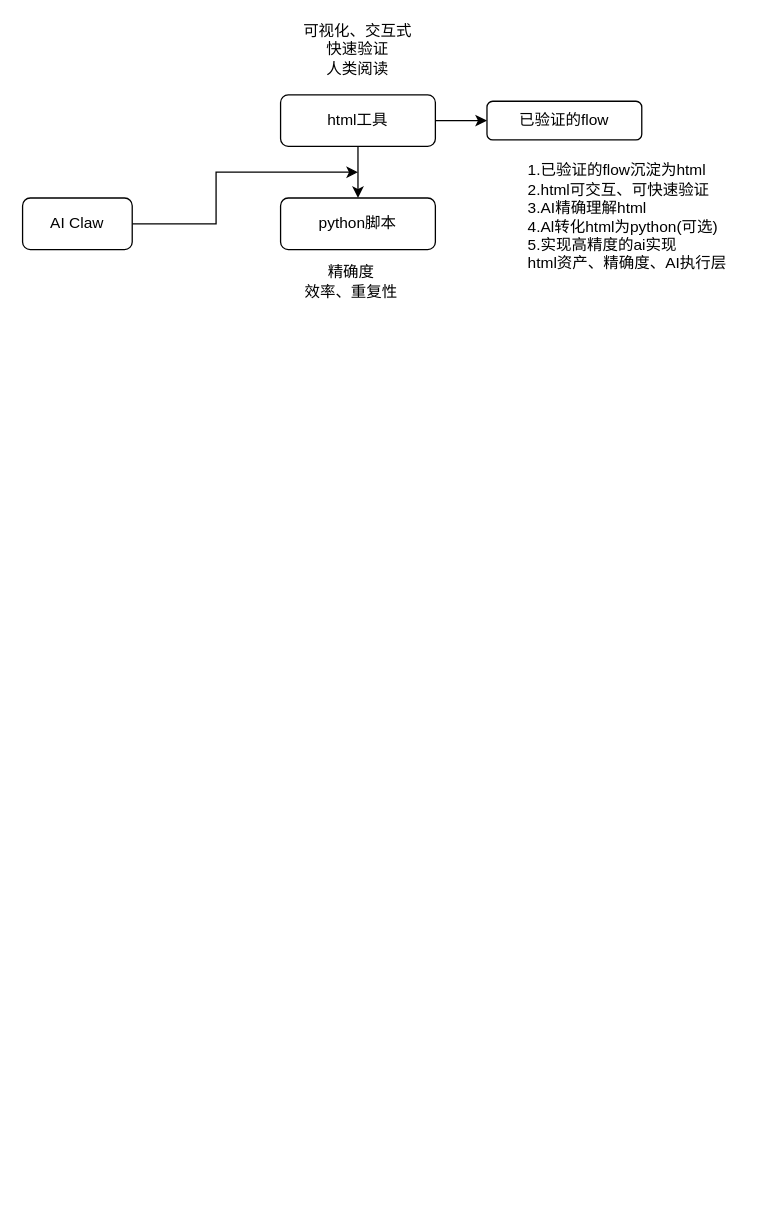
Earlier version of the draw.io diagram page "第 8 页" (8 of 8) of drawio/杂项.drawio (iceyxy/flow-chart-drawio). Source tidied: cells renumbered, new cells numbered last; positions are measured from the earlier drawing's top-left corner, leaving out a move shared by most shapes. Both pictures are drawn from the tidied source at 129%, with x=0, y=0 at pixel (22, 30).
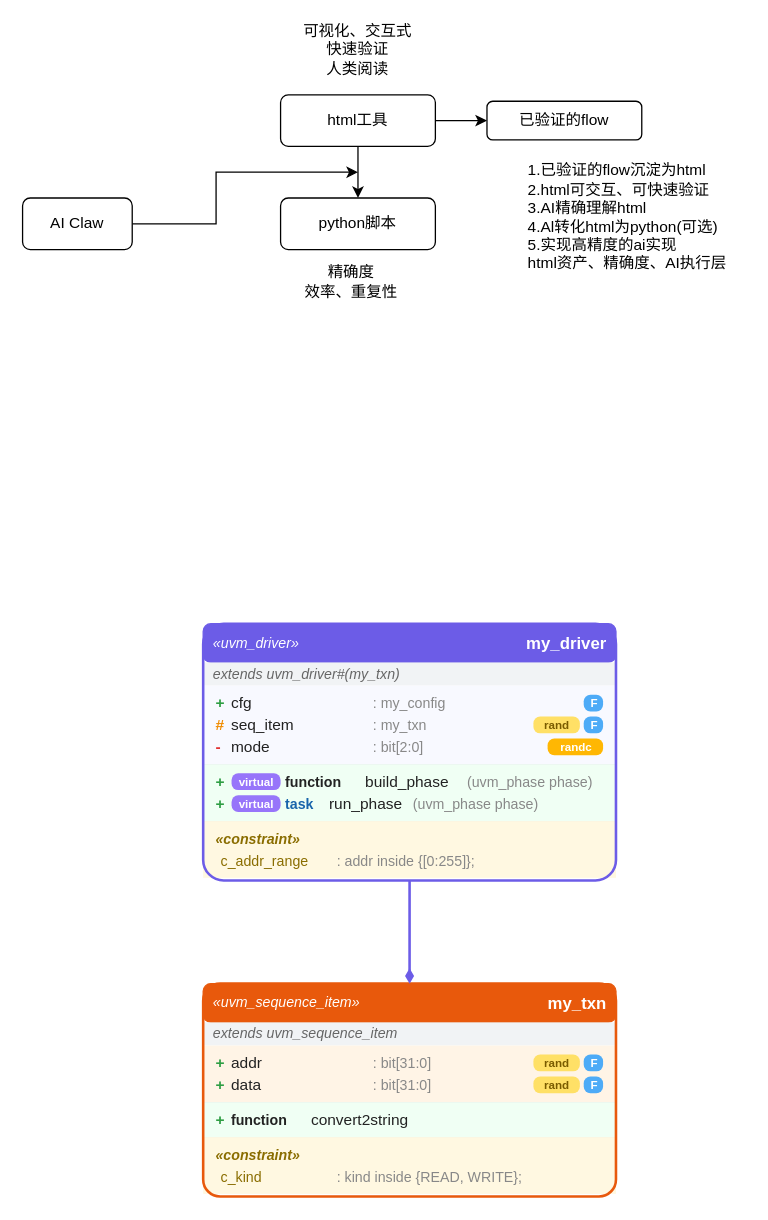
The same diagram, later.

Change to the diagram source:
```diff
@@
+    <mxCell id="12" style="rounded=1;arcSize=20;fillColor=#6c5ce7;strokeColor=#6c5ce7;strokeWidth=1;" parent="1" vertex="1">
+      <mxGeometry x="140" y="460" width="320" height="30" as="geometry" />
+    </mxCell>
+    <mxCell id="13" value="«uvm_driver»" style="text;html=1;strokeColor=none;fillColor=none;align=left;verticalAlign=middle;fontColor=#ffffff;fontStyle=2;fontSize=11;spacing=0;spacingLeft=8;" parent="1" vertex="1">
+      <mxGeometry x="140" y="460" width="192" height="30" as="geometry" />
+    </mxCell>
+    <mxCell id="14" value="my_driver" style="text;html=1;strokeColor=none;fillColor=none;align=right;verticalAlign=middle;fontColor=#ffffff;fontStyle=1;fontSize=13;spacing=0;spacingRight=8;" parent="1" vertex="1">
+      <mxGeometry x="268" y="460" width="192" height="30" as="geometry" />
+    </mxCell>
+    <mxCell id="15" style="shape=rectangle;fillColor=#f1f3f5;strokeColor=none;" parent="1" vertex="1">
+      <mxGeometry x="140" y="490" width="320" height="18" as="geometry" />
+    </mxCell>
+    <mxCell id="16" value="extends uvm_driver#(my_txn)" style="text;html=1;strokeColor=none;fillColor=none;align=left;verticalAlign=middle;fontColor=#666666;fontStyle=2;fontSize=11;spacing=0;spacingLeft=8;" parent="1" vertex="1">
+      <mxGeometry x="140" y="490" width="320" height="18" as="geometry" />
+    </mxCell>
+    <mxCell id="17" style="shape=rectangle;fillColor=#f8f9ff;strokeColor=none;" parent="1" vertex="1">
+      <mxGeometry x="140" y="508" width="320" height="61" as="geometry" />
+    </mxCell>
+    <mxCell id="18" style="shape=line;strokeColor=#dee2e6;strokeWidth=1;" parent="1" vertex="1">
+      <mxGeometry x="140" y="569" width="320" height="1" as="geometry" />
+    </mxCell>
+    <mxCell id="19" value="+" style="text;html=1;strokeColor=none;fillColor=none;align=left;verticalAlign=middle;fontColor=#2f9e44;fontStyle=1;fontSize=12;spacing=0;spacingLeft=10;" parent="1" vertex="1">
+      <mxGeometry x="140" y="513" width="14" height="17" as="geometry" />
+    </mxCell>
+    <mxCell id="20" value="cfg" style="text;html=1;strokeColor=none;fillColor=none;align=left;verticalAlign=middle;fontColor=#222222;fontSize=12;spacing=0;spacingLeft=0;" parent="1" vertex="1">
+      <mxGeometry x="162" y="513" width="110" height="17" as="geometry" />
+    </mxCell>
+    <mxCell id="21" value=": my_config" style="text;html=1;strokeColor=none;fillColor=none;align=left;verticalAlign=middle;fontColor=#888888;fontSize=11;spacing=0;spacingLeft=0;" parent="1" vertex="1">
+      <mxGeometry x="272" y="513" width="100" height="17" as="geometry" />
+    </mxCell>
+    <mxCell id="22" value="F" style="rounded=1;arcSize=40;fillColor=#4dabf7;strokeColor=none;html=1;align=center;verticalAlign=middle;fontColor=#ffffff;fontSize=9;fontStyle=1;spacing=0;spacingLeft=2;spacingRight=2;" parent="1" vertex="1">
+      <mxGeometry x="435" y="515" width="15" height="13" as="geometry" />
+    </mxCell>
+    <mxCell id="23" value="#" style="text;html=1;strokeColor=none;fillColor=none;align=left;verticalAlign=middle;fontColor=#f08c00;fontStyle=1;fontSize=12;spacing=0;spacingLeft=10;" parent="1" vertex="1">
+      <mxGeometry x="140" y="530" width="14" height="17" as="geometry" />
+    </mxCell>
+    <mxCell id="24" value="seq_item" style="text;html=1;strokeColor=none;fillColor=none;align=left;verticalAlign=middle;fontColor=#222222;fontSize=12;spacing=0;spacingLeft=0;" parent="1" vertex="1">
+      <mxGeometry x="162" y="530" width="110" height="17" as="geometry" />
+    </mxCell>
+    <mxCell id="25" value=": my_txn" style="text;html=1;strokeColor=none;fillColor=none;align=left;verticalAlign=middle;fontColor=#888888;fontSize=11;spacing=0;spacingLeft=0;" parent="1" vertex="1">
+      <mxGeometry x="272" y="530" width="100" height="17" as="geometry" />
+    </mxCell>
+    <mxCell id="26" value="F" style="rounded=1;arcSize=40;fillColor=#4dabf7;strokeColor=none;html=1;align=center;verticalAlign=middle;fontColor=#ffffff;fontSize=9;fontStyle=1;spacing=0;spacingLeft=2;spacingRight=2;" parent="1" vertex="1">
+      <mxGeometry x="435" y="532" width="15" height="13" as="geometry" />
+    </mxCell>
+    <mxCell id="27" value="rand" style="rounded=1;arcSize=40;fillColor=#ffe066;strokeColor=none;html=1;align=center;verticalAlign=middle;fontColor=#7a5c00;fontSize=9;fontStyle=1;spacing=0;spacingLeft=2;spacingRight=2;" parent="1" vertex="1">
+      <mxGeometry x="396" y="532" width="36" height="13" as="geometry" />
+    </mxCell>
+    <mxCell id="28" value="-" style="text;html=1;strokeColor=none;fillColor=none;align=left;verticalAlign=middle;fontColor=#e03131;fontStyle=1;fontSize=12;spacing=0;spacingLeft=10;" parent="1" vertex="1">
+      <mxGeometry x="140" y="547" width="14" height="17" as="geometry" />
+    </mxCell>
+    <mxCell id="29" value="mode" style="text;html=1;strokeColor=none;fillColor=none;align=left;verticalAlign=middle;fontColor=#222222;fontSize=12;spacing=0;spacingLeft=0;" parent="1" vertex="1">
+      <mxGeometry x="162" y="547" width="110" height="17" as="geometry" />
+    </mxCell>
+    <mxCell id="30" value=": bit[2:0]" style="text;html=1;strokeColor=none;fillColor=none;align=left;verticalAlign=middle;fontColor=#888888;fontSize=11;spacing=0;spacingLeft=0;" parent="1" vertex="1">
+      <mxGeometry x="272" y="547" width="100" height="17" as="geometry" />
+    </mxCell>
+    <mxCell id="31" value="randc" style="rounded=1;arcSize=40;fillColor=#ffb703;strokeColor=none;html=1;align=center;verticalAlign=middle;fontColor=#ffffff;fontSize=9;fontStyle=1;spacing=0;spacingLeft=2;spacingRight=2;" parent="1" vertex="1">
+      <mxGeometry x="407" y="549" width="43" height="13" as="geometry" />
+    </mxCell>
+    <mxCell id="32" style="shape=rectangle;fillColor=#f0fff4;strokeColor=none;" parent="1" vertex="1">
+      <mxGeometry x="140" y="569" width="320" height="44" as="geometry" />
+    </mxCell>
+    <mxCell id="33" style="shape=line;strokeColor=#dee2e6;strokeWidth=1;" parent="1" vertex="1">
+      <mxGeometry x="140" y="613" width="320" height="1" as="geometry" />
+    </mxCell>
+    <mxCell id="34" value="+" style="text;html=1;strokeColor=none;fillColor=none;align=left;verticalAlign=middle;fontColor=#2f9e44;fontStyle=1;fontSize=12;spacing=0;spacingLeft=10;" parent="1" vertex="1">
+      <mxGeometry x="140" y="574" width="14" height="17" as="geometry" />
+    </mxCell>
+    <mxCell id="35" value="virtual" style="rounded=1;arcSize=40;fillColor=#9775fa;strokeColor=none;html=1;align=center;verticalAlign=middle;fontColor=#ffffff;fontSize=9;fontStyle=1;spacing=0;" parent="1" vertex="1">
+      <mxGeometry x="162" y="576" width="38" height="13" as="geometry" />
+    </mxCell>
+    <mxCell id="36" value="function" style="text;html=1;strokeColor=none;fillColor=none;align=left;verticalAlign=middle;fontColor=#222222;fontStyle=1;fontSize=11;spacing=0;" parent="1" vertex="1">
+      <mxGeometry x="204" y="574" width="60" height="17" as="geometry" />
+    </mxCell>
+    <mxCell id="37" value="build_phase" style="text;html=1;strokeColor=none;fillColor=none;align=left;verticalAlign=middle;fontColor=#222222;fontSize=12;spacing=0;" parent="1" vertex="1">
+      <mxGeometry x="266" y="574" width="120" height="17" as="geometry" />
+    </mxCell>
+    <mxCell id="38" value="(uvm_phase phase)" style="text;html=1;strokeColor=none;fillColor=none;align=left;verticalAlign=middle;fontColor=#888888;fontSize=11;spacing=0;" parent="1" vertex="1">
+      <mxGeometry x="345" y="574" width="107" height="17" as="geometry" />
+    </mxCell>
+    <mxCell id="39" value="+" style="text;html=1;strokeColor=none;fillColor=none;align=left;verticalAlign=middle;fontColor=#2f9e44;fontStyle=1;fontSize=12;spacing=0;spacingLeft=10;" parent="1" vertex="1">
+      <mxGeometry x="140" y="591" width="14" height="17" as="geometry" />
+    </mxCell>
+    <mxCell id="40" value="virtual" style="rounded=1;arcSize=40;fillColor=#9775fa;strokeColor=none;html=1;align=center;verticalAlign=middle;fontColor=#ffffff;fontSize=9;fontStyle=1;spacing=0;" parent="1" vertex="1">
+      <mxGeometry x="162" y="593" width="38" height="13" as="geometry" />
+    </mxCell>
+    <mxCell id="41" value="task" style="text;html=1;strokeColor=none;fillColor=none;align=left;verticalAlign=middle;fontColor=#1864ab;fontStyle=1;fontSize=11;spacing=0;" parent="1" vertex="1">
+      <mxGeometry x="204" y="591" width="32" height="17" as="geometry" />
+    </mxCell>
+    <mxCell id="42" value="run_phase" style="text;html=1;strokeColor=none;fillColor=none;align=left;verticalAlign=middle;fontColor=#222222;fontSize=12;spacing=0;" parent="1" vertex="1">
+      <mxGeometry x="238" y="591" width="120" height="17" as="geometry" />
+    </mxCell>
+    <mxCell id="43" value="(uvm_phase phase)" style="text;html=1;strokeColor=none;fillColor=none;align=left;verticalAlign=middle;fontColor=#888888;fontSize=11;spacing=0;" parent="1" vertex="1">
+      <mxGeometry x="303" y="591" width="149" height="17" as="geometry" />
+    </mxCell>
+    <mxCell id="44" style="shape=rectangle;fillColor=#fff8e1;strokeColor=none;" parent="1" vertex="1">
+      <mxGeometry x="140" y="613" width="320" height="44" as="geometry" />
+    </mxCell>
+    <mxCell id="45" value="«constraint»" style="text;html=1;strokeColor=none;fillColor=none;align=left;verticalAlign=middle;fontColor=#8a6d00;fontStyle=3;fontSize=11;spacing=0;spacingLeft=10;" parent="1" vertex="1">
+      <mxGeometry x="140" y="618" width="320" height="17" as="geometry" />
+    </mxCell>
+    <mxCell id="46" value="c_addr_range" style="text;html=1;strokeColor=none;fillColor=none;align=left;verticalAlign=middle;fontColor=#8a6d00;fontSize=11;spacing=0;spacingLeft=14;" parent="1" vertex="1">
+      <mxGeometry x="140" y="635" width="90" height="17" as="geometry" />
+    </mxCell>
+    <mxCell id="47" value=": addr inside {[0:255]};" style="text;html=1;strokeColor=none;fillColor=none;align=left;verticalAlign=middle;fontColor=#888888;fontSize=11;spacing=0;spacingLeft=0;" parent="1" vertex="1">
+      <mxGeometry x="244" y="635" width="210" height="17" as="geometry" />
+    </mxCell>
+    <mxCell id="48" style="rounded=1;arcSize=8;fillColor=none;strokeColor=#6c5ce7;strokeWidth=2;" parent="1" vertex="1">
+      <mxGeometry x="140" y="460" width="320" height="199" as="geometry" />
+    </mxCell>
+    <mxCell id="49" style="rounded=1;arcSize=20;fillColor=#e8590c;strokeColor=#e8590c;strokeWidth=1;" parent="1" vertex="1">
+      <mxGeometry x="140" y="739" width="320" height="30" as="geometry" />
+    </mxCell>
+    <mxCell id="50" value="«uvm_sequence_item»" style="text;html=1;strokeColor=none;fillColor=none;align=left;verticalAlign=middle;fontColor=#ffffff;fontStyle=2;fontSize=11;spacing=0;spacingLeft=8;" parent="1" vertex="1">
+      <mxGeometry x="140" y="739" width="192" height="30" as="geometry" />
+    </mxCell>
+    <mxCell id="51" value="my_txn" style="text;html=1;strokeColor=none;fillColor=none;align=right;verticalAlign=middle;fontColor=#ffffff;fontStyle=1;fontSize=13;spacing=0;spacingRight=8;" parent="1" vertex="1">
+      <mxGeometry x="268" y="739" width="192" height="30" as="geometry" />
+    </mxCell>
+    <mxCell id="52" style="shape=rectangle;fillColor=#f1f3f5;strokeColor=none;" parent="1" vertex="1">
+      <mxGeometry x="140" y="769" width="320" height="18" as="geometry" />
+    </mxCell>
+    <mxCell id="53" value="extends uvm_sequence_item" style="text;html=1;strokeColor=none;fillColor=none;align=left;verticalAlign=middle;fontColor=#666666;fontStyle=2;fontSize=11;spacing=0;spacingLeft=8;" parent="1" vertex="1">
+      <mxGeometry x="140" y="769" width="320" height="18" as="geometry" />
+    </mxCell>
+    <mxCell id="54" style="shape=rectangle;fillColor=#fff4e6;strokeColor=none;" parent="1" vertex="1">
+      <mxGeometry x="140" y="787" width="320" height="44" as="geometry" />
+    </mxCell>
+    <mxCell id="55" style="shape=line;strokeColor=#dee2e6;strokeWidth=1;" parent="1" vertex="1">
+      <mxGeometry x="140" y="831" width="320" height="1" as="geometry" />
+    </mxCell>
+    <mxCell id="56" value="+" style="text;html=1;strokeColor=none;fillColor=none;align=left;verticalAlign=middle;fontColor=#2f9e44;fontStyle=1;fontSize=12;spacing=0;spacingLeft=10;" parent="1" vertex="1">
+      <mxGeometry x="140" y="792" width="14" height="17" as="geometry" />
+    </mxCell>
+    <mxCell id="57" value="addr" style="text;html=1;strokeColor=none;fillColor=none;align=left;verticalAlign=middle;fontColor=#222222;fontSize=12;spacing=0;spacingLeft=0;" parent="1" vertex="1">
+      <mxGeometry x="162" y="792" width="110" height="17" as="geometry" />
+    </mxCell>
+    <mxCell id="58" value=": bit[31:0]" style="text;html=1;strokeColor=none;fillColor=none;align=left;verticalAlign=middle;fontColor=#888888;fontSize=11;spacing=0;spacingLeft=0;" parent="1" vertex="1">
+      <mxGeometry x="272" y="792" width="100" height="17" as="geometry" />
+    </mxCell>
+    <mxCell id="59" value="F" style="rounded=1;arcSize=40;fillColor=#4dabf7;strokeColor=none;html=1;align=center;verticalAlign=middle;fontColor=#ffffff;fontSize=9;fontStyle=1;spacing=0;spacingLeft=2;spacingRight=2;" parent="1" vertex="1">
+      <mxGeometry x="435" y="794" width="15" height="13" as="geometry" />
+    </mxCell>
+    <mxCell id="60" value="rand" style="rounded=1;arcSize=40;fillColor=#ffe066;strokeColor=none;html=1;align=center;verticalAlign=middle;fontColor=#7a5c00;fontSize=9;fontStyle=1;spacing=0;spacingLeft=2;spacingRight=2;" parent="1" vertex="1">
+      <mxGeometry x="396" y="794" width="36" height="13" as="geometry" />
+    </mxCell>
+    <mxCell id="61" value="+" style="text;html=1;strokeColor=none;fillColor=none;align=left;verticalAlign=middle;fontColor=#2f9e44;fontStyle=1;fontSize=12;spacing=0;spacingLeft=10;" parent="1" vertex="1">
+      <mxGeometry x="140" y="809" width="14" height="17" as="geometry" />
+    </mxCell>
+    <mxCell id="62" value="data" style="text;html=1;strokeColor=none;fillColor=none;align=left;verticalAlign=middle;fontColor=#222222;fontSize=12;spacing=0;spacingLeft=0;" parent="1" vertex="1">
+      <mxGeometry x="162" y="809" width="110" height="17" as="geometry" />
+    </mxCell>
+    <mxCell id="63" value=": bit[31:0]" style="text;html=1;strokeColor=none;fillColor=none;align=left;verticalAlign=middle;fontColor=#888888;fontSize=11;spacing=0;spacingLeft=0;" parent="1" vertex="1">
+      <mxGeometry x="272" y="809" width="100" height="17" as="geometry" />
+    </mxCell>
+    <mxCell id="64" value="F" style="rounded=1;arcSize=40;fillColor=#4dabf7;strokeColor=none;html=1;align=center;verticalAlign=middle;fontColor=#ffffff;fontSize=9;fontStyle=1;spacing=0;spacingLeft=2;spacingRight=2;" parent="1" vertex="1">
+      <mxGeometry x="435" y="811" width="15" height="13" as="geometry" />
+    </mxCell>
+    <mxCell id="65" value="rand" style="rounded=1;arcSize=40;fillColor=#ffe066;strokeColor=none;html=1;align=center;verticalAlign=middle;fontColor=#7a5c00;fontSize=9;fontStyle=1;spacing=0;spacingLeft=2;spacingRight=2;" parent="1" vertex="1">
+      <mxGeometry x="396" y="811" width="36" height="13" as="geometry" />
+    </mxCell>
+    <mxCell id="66" style="shape=rectangle;fillColor=#f0fff4;strokeColor=none;" parent="1" vertex="1">
+      <mxGeometry x="140" y="831" width="320" height="27" as="geometry" />
+    </mxCell>
+    <mxCell id="67" style="shape=line;strokeColor=#dee2e6;strokeWidth=1;" parent="1" vertex="1">
+      <mxGeometry x="140" y="858" width="320" height="1" as="geometry" />
+    </mxCell>
+    <mxCell id="68" value="+" style="text;html=1;strokeColor=none;fillColor=none;align=left;verticalAlign=middle;fontColor=#2f9e44;fontStyle=1;fontSize=12;spacing=0;spacingLeft=10;" parent="1" vertex="1">
+      <mxGeometry x="140" y="836" width="14" height="17" as="geometry" />
+    </mxCell>
+    <mxCell id="69" value="function" style="text;html=1;strokeColor=none;fillColor=none;align=left;verticalAlign=middle;fontColor=#222222;fontStyle=1;fontSize=11;spacing=0;" parent="1" vertex="1">
+      <mxGeometry x="162" y="836" width="60" height="17" as="geometry" />
+    </mxCell>
+    <mxCell id="70" value="convert2string" style="text;html=1;strokeColor=none;fillColor=none;align=left;verticalAlign=middle;fontColor=#222222;fontSize=12;spacing=0;" parent="1" vertex="1">
+      <mxGeometry x="224" y="836" width="120" height="17" as="geometry" />
+    </mxCell>
+    <mxCell id="71" style="shape=rectangle;fillColor=#fff8e1;strokeColor=none;" parent="1" vertex="1">
+      <mxGeometry x="140" y="858" width="320" height="44" as="geometry" />
+    </mxCell>
+    <mxCell id="72" value="«constraint»" style="text;html=1;strokeColor=none;fillColor=none;align=left;verticalAlign=middle;fontColor=#8a6d00;fontStyle=3;fontSize=11;spacing=0;spacingLeft=10;" parent="1" vertex="1">
+      <mxGeometry x="140" y="863" width="320" height="17" as="geometry" />
+    </mxCell>
+    <mxCell id="73" value="c_kind" style="text;html=1;strokeColor=none;fillColor=none;align=left;verticalAlign=middle;fontColor=#8a6d00;fontSize=11;spacing=0;spacingLeft=14;" parent="1" vertex="1">
+      <mxGeometry x="140" y="880" width="90" height="17" as="geometry" />
+    </mxCell>
+    <mxCell id="74" value=": kind inside {READ, WRITE};" style="text;html=1;strokeColor=none;fillColor=none;align=left;verticalAlign=middle;fontColor=#888888;fontSize=11;spacing=0;spacingLeft=0;" parent="1" vertex="1">
+      <mxGeometry x="244" y="880" width="210" height="17" as="geometry" />
+    </mxCell>
+    <mxCell id="75" style="rounded=1;arcSize=8;fillColor=none;strokeColor=#e8590c;strokeWidth=2;" parent="1" vertex="1">
+      <mxGeometry x="140" y="739" width="320" height="165" as="geometry" />
+    </mxCell>
+    <mxCell id="76" style="edgeStyle=orthogonalEdgeStyle;rounded=0;html=1;strokeWidth=2;endArrow=diamondThin;endFill=1;strokeColor=#6c5ce7;" parent="1" edge="1" source="48" target="75">
+      <mxGeometry relative="1" as="geometry" />
+    </mxCell>
```
